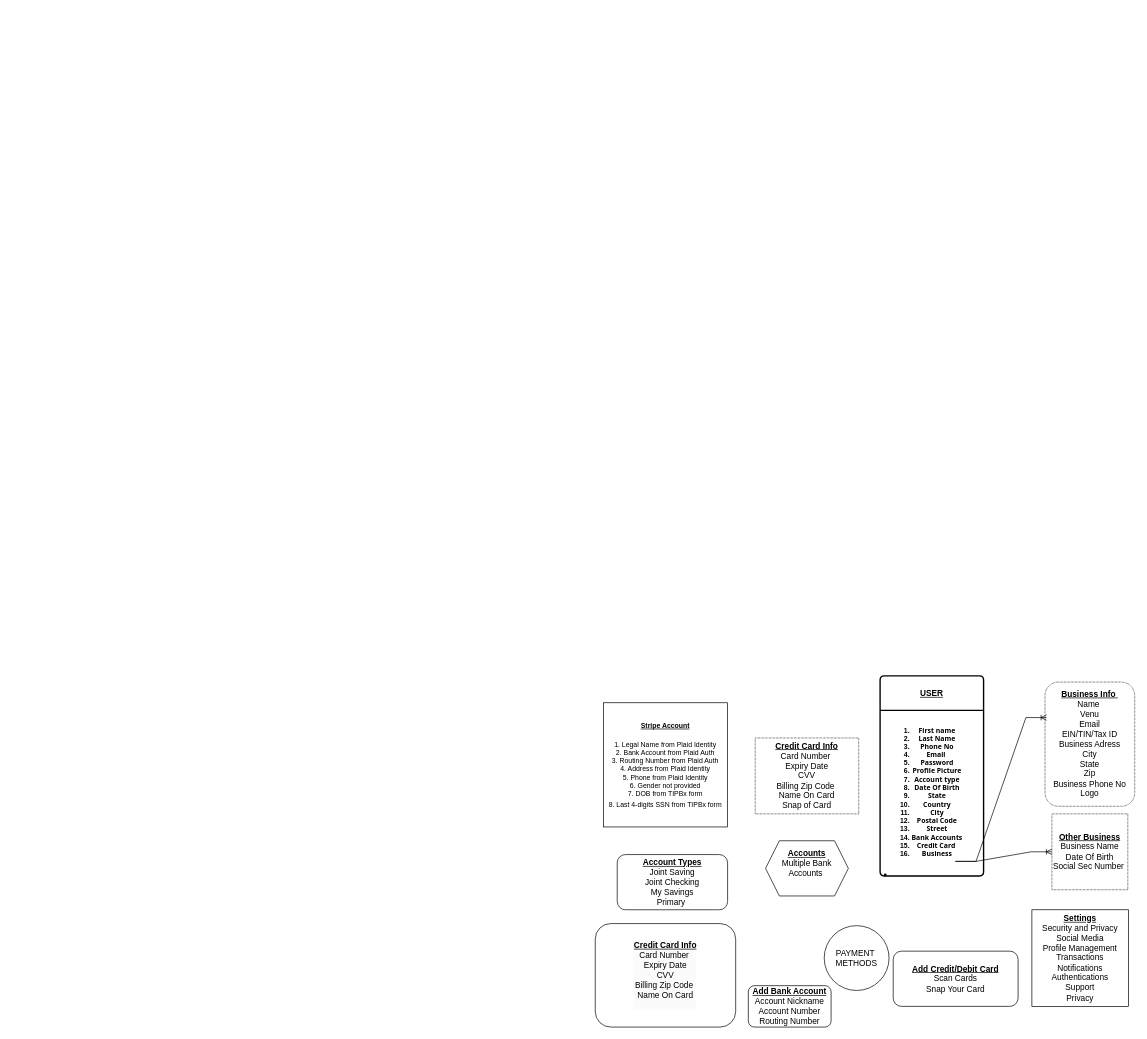
MJunaidWali/Twitter_New keeps this draw.io diagram as frontend/src/images/Untitled Diagram.drawio. Above is the earlier version. Source tidied: cells renumbered, new cells numbered last; positions are measured from the earlier drawing's top-left corner, leaving out a move shared by most shapes. Both pictures are drawn from the tidied source at 69%, with x=0, y=0 at pixel (595, 676).
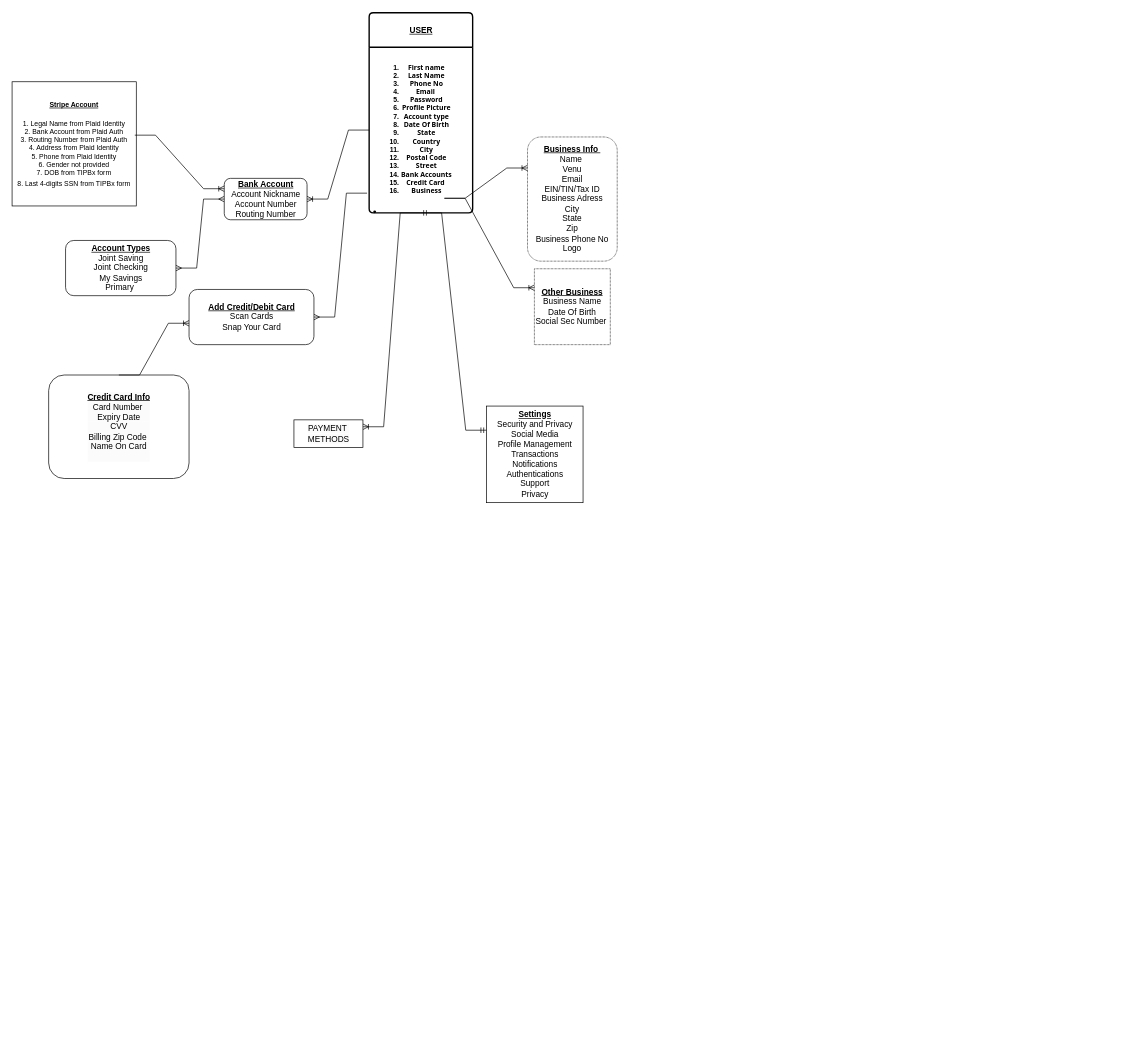
The same diagram, later.

Unchanged cells that the change refers to:
```xml
<mxCell id="16" value="&lt;h5 style=&quot;text-align: center;&quot;&gt;&lt;ol&gt;&lt;li&gt;&lt;font face=&quot;Tahoma&quot;&gt;&lt;span style=&quot;background-color: initial; text-wrap: wrap;&quot;&gt;First name&lt;/span&gt;&lt;/font&gt;&lt;/li&gt;&lt;li&gt;&lt;font face=&quot;Tahoma&quot;&gt;Last Name&lt;/font&gt;&lt;/li&gt;&lt;li&gt;&lt;font face=&quot;Tahoma&quot;&gt;Phone No&lt;/font&gt;&lt;/li&gt;&lt;li&gt;&lt;font face=&quot;Tahoma&quot;&gt;Email&amp;nbsp;&lt;/font&gt;&lt;/li&gt;&lt;li&gt;&lt;font face=&quot;Tahoma&quot;&gt;Password&lt;/font&gt;&lt;/li&gt;&lt;li&gt;&lt;font face=&quot;Tahoma&quot;&gt;Profile Picture&lt;/font&gt;&lt;/li&gt;&lt;li&gt;&lt;font face=&quot;Tahoma&quot;&gt;Account type&lt;/font&gt;&lt;/li&gt;&lt;li&gt;&lt;font face=&quot;Tahoma&quot;&gt;Date Of Birth&lt;/font&gt;&lt;/li&gt;&lt;li&gt;&lt;font face=&quot;Tahoma&quot;&gt;State&lt;/font&gt;&lt;/li&gt;&lt;li&gt;&lt;font face=&quot;Tahoma&quot;&gt;Country&lt;/font&gt;&lt;/li&gt;&lt;li&gt;&lt;font face=&quot;Tahoma&quot;&gt;City&lt;/font&gt;&lt;/li&gt;&lt;li&gt;&lt;font face=&quot;Tahoma&quot;&gt;Postal Code&lt;/font&gt;&lt;/li&gt;&lt;li&gt;&lt;font face=&quot;Tahoma&quot;&gt;Street&lt;/font&gt;&lt;/li&gt;&lt;li&gt;&lt;font face=&quot;Tahoma&quot;&gt;Bank Accounts&lt;/font&gt;&lt;/li&gt;&lt;li&gt;&lt;font face=&quot;Tahoma&quot;&gt;Credit Card&amp;nbsp;&lt;/font&gt;&lt;/li&gt;&lt;li&gt;&lt;font face=&quot;Tahoma&quot;&gt;Business&lt;/font&gt;&lt;/li&gt;&lt;/ol&gt;&lt;/h5&gt;&lt;div&gt;&lt;li style=&quot;text-wrap: wrap;&quot;&gt;&lt;br&gt;&lt;/li&gt;&lt;/div&gt;" style="align=left;strokeColor=none;fillColor=none;spacingLeft=4;fontSize=12;verticalAlign=top;html=1;" parent="15" vertex="1">
  <mxGeometry y="50" width="150" height="240" as="geometry" />
</mxCell>
```

Change to the diagram source:
```diff
@@
     <mxCell id="2" value="&lt;b&gt;&lt;u&gt;Other Business&lt;/u&gt;&lt;/b&gt;&lt;div&gt;&lt;span style=&quot;background-color: initial;&quot;&gt;Business Name&lt;/span&gt;&lt;br&gt;&lt;/div&gt;&lt;div&gt;&lt;span style=&quot;background-color: initial;&quot;&gt;Date Of Birth&lt;/span&gt;&lt;/div&gt;&lt;div&gt;&lt;span style=&quot;background-color: initial;&quot;&gt;Social Sec Number&amp;nbsp;&lt;/span&gt;&lt;/div&gt;" style="whiteSpace=wrap;html=1;dashed=1;dashPattern=1 1;" parent="1" vertex="1">
-      <mxGeometry x="662" y="200" width="110" height="110" as="geometry" />
+      <mxGeometry x="-88" y="-590" width="110" height="110" as="geometry" />
     </mxCell>
-    <mxCell id="3" value="&lt;b&gt;&lt;u&gt;Credit Card Info&lt;/u&gt;&lt;/b&gt;&lt;div&gt;Card Number&amp;nbsp;&lt;/div&gt;&lt;div&gt;Expiry Date&lt;/div&gt;&lt;div&gt;CVV&lt;/div&gt;&lt;div&gt;Billing Zip Code&amp;nbsp;&lt;/div&gt;&lt;div&gt;Name On Card&lt;/div&gt;&lt;div&gt;Snap of Card&lt;/div&gt;" style="rounded=0;whiteSpace=wrap;html=1;dashed=1;dashPattern=1 1;" parent="1" vertex="1">
-      <mxGeometry x="232" y="90" width="150" height="110" as="geometry" />
-    </mxCell>
     <mxCell id="4" value="&lt;b&gt;&lt;u&gt;Business Info&amp;nbsp;&lt;/u&gt;&lt;/b&gt;&lt;div&gt;Name&amp;nbsp;&lt;/div&gt;&lt;div&gt;Venu&lt;/div&gt;&lt;div&gt;Email&lt;/div&gt;&lt;div&gt;EIN/TIN/Tax ID&lt;/div&gt;&lt;div&gt;Business Adress&lt;/div&gt;&lt;div&gt;City&lt;/div&gt;&lt;div&gt;State&lt;/div&gt;&lt;div&gt;Zip&lt;/div&gt;&lt;div&gt;Business Phone No&lt;/div&gt;&lt;div&gt;Logo&lt;/div&gt;" style="rounded=1;whiteSpace=wrap;html=1;dashed=1;dashPattern=1 1;" parent="1" vertex="1">
-      <mxGeometry x="652" y="9" width="130" height="180" as="geometry" />
+      <mxGeometry x="-98" y="-781" width="130" height="180" as="geometry" />
     </mxCell>
-    <mxCell id="5" style="endArrow=classic;html=1;rounded=0;" parent="1" edge="1" source="18">
-      <mxGeometry relative="1" as="geometry">
-        <mxPoint x="306" y="479" as="targetPoint" />
-      </mxGeometry>
-    </mxCell>
-    <mxCell id="6" value="&lt;div&gt;&lt;u&gt;&lt;b&gt;&lt;br&gt;&lt;/b&gt;&lt;/u&gt;&lt;/div&gt;&lt;u&gt;&lt;b&gt;Accounts&lt;/b&gt;&lt;/u&gt;&lt;div&gt;&lt;span style=&quot;background-color: initial;&quot;&gt;Multiple Bank Accounts&amp;nbsp;&lt;/span&gt;&lt;div&gt;&amp;nbsp;&lt;/div&gt;&lt;div&gt;&lt;br&gt;&lt;/div&gt;&lt;/div&gt;" style="shape=hexagon;perimeter=hexagonPerimeter2;whiteSpace=wrap;html=1;fixedSize=1;align=center;verticalAlign=middle;" parent="1" vertex="1">
-      <mxGeometry x="247" y="239" width="120" height="80" as="geometry" />
-    </mxCell>
     <mxCell id="7" value="&lt;b style=&quot;font-size: 10px;&quot;&gt;&lt;u style=&quot;&quot;&gt;&lt;font style=&quot;font-size: 10px;&quot;&gt;Stripe Account&lt;/font&gt;&lt;/u&gt;&lt;/b&gt;&lt;div&gt;&lt;span style=&quot;font-size: 10px;&quot;&gt;&lt;b&gt;&lt;u&gt;&lt;br&gt;&lt;/u&gt;&lt;/b&gt;&lt;/span&gt;&lt;div style=&quot;font-size: 10px;&quot;&gt;&lt;span style=&quot;white-space-collapse: preserve;&quot;&gt;&lt;font style=&quot;font-size: 10px;&quot;&gt;1. Legal Name from Plaid Identity&lt;br&gt;2. Bank Account from Plaid Auth&lt;br&gt;3. Routing Number from Plaid Auth&lt;br&gt;4. Address from Plaid Identity&lt;br&gt;5. Phone from Plaid Identity&lt;br&gt;6. Gender not provided&lt;br&gt;7. DOB from TIPBx form&lt;br&gt;8. Last 4-digits SSN from TIPBx form&lt;/font&gt;&lt;span style=&quot;font-size: 13px;&quot;&gt;&lt;br&gt;&lt;/span&gt;&lt;/span&gt;&lt;/div&gt;&lt;/div&gt;" style="whiteSpace=wrap;html=1;" parent="1" vertex="1">
-      <mxGeometry x="12" y="39" width="180" height="180" as="geometry" />
+      <mxGeometry x="-845" y="-861" width="180" height="180" as="geometry" />
     </mxCell>
     <mxCell id="8" value="&lt;b&gt;&lt;u&gt;Account Types&lt;/u&gt;&lt;/b&gt;&lt;div&gt;Joint Saving&lt;/div&gt;&lt;div&gt;Joint Checking&lt;/div&gt;&lt;div&gt;My Savings&lt;/div&gt;&lt;div&gt;Primary&amp;nbsp;&lt;/div&gt;" style="rounded=1;whiteSpace=wrap;html=1;" parent="1" vertex="1">
-      <mxGeometry x="32" y="259" width="160" height="80" as="geometry" />
+      <mxGeometry x="-767.5" y="-631" width="160" height="80" as="geometry" />
     </mxCell>
     <mxCell id="9" value="&lt;b&gt;&lt;u&gt;Settings&lt;/u&gt;&lt;/b&gt;&lt;div&gt;Security and Privacy&lt;/div&gt;&lt;div&gt;Social Media&lt;/div&gt;&lt;div&gt;Profile Management&lt;/div&gt;&lt;div&gt;Transactions&lt;/div&gt;&lt;div&gt;Notifications&lt;/div&gt;&lt;div&gt;Authentications&lt;/div&gt;&lt;div&gt;Support&lt;/div&gt;&lt;div&gt;Privacy&lt;/div&gt;" style="whiteSpace=wrap;html=1;" parent="1" vertex="1">
-      <mxGeometry x="633" y="339" width="140" height="140" as="geometry" />
+      <mxGeometry x="-157.5" y="-391" width="140" height="140" as="geometry" />
     </mxCell>
-    <mxCell id="10" value="PAYMENT&amp;nbsp;&lt;div&gt;METHODS&lt;/div&gt;" style="ellipse;whiteSpace=wrap;html=1;" parent="1" vertex="1">
-      <mxGeometry x="332" y="362" width="94" height="94" as="geometry" />
-    </mxCell>
     <mxCell id="11" value="&lt;span style=&quot;white-space-collapse: preserve;&quot;&gt;&lt;b&gt;&lt;u&gt;Add Credit/Debit Card&lt;/u&gt;&lt;/b&gt;&lt;/span&gt;&lt;div&gt;&lt;span style=&quot;white-space-collapse: preserve;&quot;&gt;Scan Cards&lt;/span&gt;&lt;/div&gt;&lt;div&gt;&lt;span style=&quot;white-space-collapse: preserve;&quot;&gt;Snap Your Card&lt;/span&gt;&lt;/div&gt;" style="rounded=1;whiteSpace=wrap;html=1;" parent="1" vertex="1">
-      <mxGeometry x="432" y="399" width="181" height="80" as="geometry" />
+      <mxGeometry x="-588.5" y="-560" width="181" height="80" as="geometry" />
     </mxCell>
     <mxCell id="12" value="&lt;b style=&quot;forced-color-adjust: none; color: rgb(0, 0, 0); font-family: Helvetica; font-size: 12px; font-style: normal; font-variant-ligatures: normal; font-variant-caps: normal; letter-spacing: normal; orphans: 2; text-align: center; text-indent: 0px; text-transform: none; widows: 2; word-spacing: 0px; -webkit-text-stroke-width: 0px; white-space: normal; background-color: rgb(251, 251, 251); text-decoration-thickness: initial; text-decoration-style: initial; text-decoration-color: initial;&quot;&gt;&lt;u style=&quot;forced-color-adjust: none;&quot;&gt;Credit Card Info&lt;/u&gt;&lt;/b&gt;&lt;div style=&quot;forced-color-adjust: none; color: rgb(0, 0, 0); font-family: Helvetica; font-size: 12px; font-style: normal; font-variant-ligatures: normal; font-variant-caps: normal; font-weight: 400; letter-spacing: normal; orphans: 2; text-align: center; text-indent: 0px; text-transform: none; widows: 2; word-spacing: 0px; -webkit-text-stroke-width: 0px; white-space: normal; background-color: rgb(251, 251, 251); text-decoration-thickness: initial; text-decoration-style: initial; text-decoration-color: initial;&quot;&gt;Card Number&amp;nbsp;&lt;/div&gt;&lt;div style=&quot;forced-color-adjust: none; color: rgb(0, 0, 0); font-family: Helvetica; font-size: 12px; font-style: normal; font-variant-ligatures: normal; font-variant-caps: normal; font-weight: 400; letter-spacing: normal; orphans: 2; text-align: center; text-indent: 0px; text-transform: none; widows: 2; word-spacing: 0px; -webkit-text-stroke-width: 0px; white-space: normal; background-color: rgb(251, 251, 251); text-decoration-thickness: initial; text-decoration-style: initial; text-decoration-color: initial;&quot;&gt;Expiry Date&lt;/div&gt;&lt;div style=&quot;forced-color-adjust: none; color: rgb(0, 0, 0); font-family: Helvetica; font-size: 12px; font-style: normal; font-variant-ligatures: normal; font-variant-caps: normal; font-weight: 400; letter-spacing: normal; orphans: 2; text-align: center; text-indent: 0px; text-transform: none; widows: 2; word-spacing: 0px; -webkit-text-stroke-width: 0px; white-space: normal; background-color: rgb(251, 251, 251); text-decoration-thickness: initial; text-decoration-style: initial; text-decoration-color: initial;&quot;&gt;CVV&lt;/div&gt;&lt;div style=&quot;forced-color-adjust: none; color: rgb(0, 0, 0); font-family: Helvetica; font-size: 12px; font-style: normal; font-variant-ligatures: normal; font-variant-caps: normal; font-weight: 400; letter-spacing: normal; orphans: 2; text-align: center; text-indent: 0px; text-transform: none; widows: 2; word-spacing: 0px; -webkit-text-stroke-width: 0px; white-space: normal; background-color: rgb(251, 251, 251); text-decoration-thickness: initial; text-decoration-style: initial; text-decoration-color: initial;&quot;&gt;Billing Zip Code&amp;nbsp;&lt;/div&gt;&lt;div style=&quot;forced-color-adjust: none; color: rgb(0, 0, 0); font-family: Helvetica; font-size: 12px; font-style: normal; font-variant-ligatures: normal; font-variant-caps: normal; font-weight: 400; letter-spacing: normal; orphans: 2; text-align: center; text-indent: 0px; text-transform: none; widows: 2; word-spacing: 0px; -webkit-text-stroke-width: 0px; white-space: normal; background-color: rgb(251, 251, 251); text-decoration-thickness: initial; text-decoration-style: initial; text-decoration-color: initial;&quot;&gt;Name On Card&lt;/div&gt;&lt;div style=&quot;forced-color-adjust: none; color: rgb(0, 0, 0); font-family: Helvetica; font-size: 12px; font-style: normal; font-variant-ligatures: normal; font-variant-caps: normal; font-weight: 400; letter-spacing: normal; orphans: 2; text-align: center; text-indent: 0px; text-transform: none; widows: 2; word-spacing: 0px; -webkit-text-stroke-width: 0px; white-space: normal; background-color: rgb(251, 251, 251); text-decoration-thickness: initial; text-decoration-style: initial; text-decoration-color: initial;&quot;&gt;&lt;br&gt;&lt;/div&gt;" style="rounded=1;whiteSpace=wrap;html=1;" parent="1" vertex="1">
-      <mxGeometry x="0.2" y="359" width="203.5" height="150" as="geometry" />
+      <mxGeometry x="-792" y="-436" width="203.5" height="150" as="geometry" />
     </mxCell>
-    <mxCell id="13" style="edgeStyle=entityRelationEdgeStyle;fontSize=12;html=1;endArrow=ERoneToMany;rounded=0;entryX=0.018;entryY=0.286;entryDx=0;entryDy=0;entryPerimeter=0;exitX=0.727;exitY=0.912;exitDx=0;exitDy=0;exitPerimeter=0;" parent="1" edge="1" source="16" target="4">
+    <mxCell id="13" style="edgeStyle=entityRelationEdgeStyle;fontSize=12;html=1;endArrow=ERoneToMany;rounded=0;entryX=0;entryY=0.25;entryDx=0;entryDy=0;exitX=0.727;exitY=0.912;exitDx=0;exitDy=0;exitPerimeter=0;" parent="1" edge="1" source="16" target="4">
       <mxGeometry relative="1" as="geometry">
         <Array as="points">
-          <mxPoint x="572" y="239" />
-          <mxPoint x="572" y="139" />
+          <mxPoint x="-177.5" y="-531" />
+          <mxPoint x="-177.5" y="-631" />
         </Array>
       </mxGeometry>
     </mxCell>
-    <mxCell id="14" style="edgeStyle=entityRelationEdgeStyle;fontSize=12;html=1;endArrow=ERoneToMany;rounded=0;exitX=0.727;exitY=0.912;exitDx=0;exitDy=0;exitPerimeter=0;entryX=0;entryY=0.5;entryDx=0;entryDy=0;" parent="1" edge="1" source="16" target="2">
+    <mxCell id="14" style="edgeStyle=entityRelationEdgeStyle;fontSize=12;html=1;endArrow=ERoneToMany;rounded=0;exitX=0.727;exitY=0.912;exitDx=0;exitDy=0;exitPerimeter=0;entryX=0;entryY=0.25;entryDx=0;entryDy=0;" parent="1" edge="1" source="16" target="2">
       <mxGeometry relative="1" as="geometry" />
     </mxCell>
     <mxCell id="15" value="&lt;b style=&quot;font-size: 12px;&quot;&gt;&lt;u&gt;USER&lt;/u&gt;&lt;/b&gt;" style="swimlane;horizontal=1;startSize=50;rounded=1;fontSize=14;fontStyle=0;strokeWidth=2;shadow=0;dashed=0;align=center;arcSize=4;whiteSpace=wrap;html=1;" parent="1" vertex="1">
-      <mxGeometry x="413" width="150" height="290" as="geometry" />
+      <mxGeometry x="-327.5" y="-961" width="150" height="290" as="geometry" />
     </mxCell>
@@
-    <mxCell id="17" style="endArrow=classic;html=1;rounded=0;" parent="1" edge="1" target="18">
-      <mxGeometry relative="1" as="geometry">
-        <mxPoint x="306" y="479" as="sourcePoint" />
-      </mxGeometry>
-    </mxCell>
+    <mxCell id="19" style="edgeStyle=entityRelationEdgeStyle;fontSize=12;html=1;endArrow=ERmany;startArrow=ERmany;rounded=0;entryX=0;entryY=0.5;entryDx=0;entryDy=0;exitX=1;exitY=0.5;exitDx=0;exitDy=0;" parent="1" edge="1" source="8">
+      <mxGeometry relative="1" as="geometry">
+        <mxPoint x="-537.5" y="-691" as="targetPoint" />
+      </mxGeometry>
+    </mxCell>
+    <mxCell id="20" style="edgeStyle=entityRelationEdgeStyle;fontSize=12;html=1;endArrow=ERmany;rounded=0;exitX=-0.02;exitY=0.881;exitDx=0;exitDy=0;exitPerimeter=0;entryX=1;entryY=0.5;entryDx=0;entryDy=0;" parent="1" edge="1" source="16" target="11">
+      <mxGeometry relative="1" as="geometry" />
+    </mxCell>
+    <mxCell id="21" style="edgeStyle=entityRelationEdgeStyle;fontSize=12;html=1;endArrow=ERoneToMany;rounded=0;entryX=0.5;entryY=1;entryDx=0;entryDy=0;exitX=0.5;exitY=0;exitDx=0;exitDy=0;" parent="1" edge="1" source="12">
+      <mxGeometry relative="1" as="geometry">
+        <mxPoint x="-588.5" y="-511" as="targetPoint" />
+        <Array as="points">
+          <mxPoint x="-688" y="-422" />
+        </Array>
+      </mxGeometry>
+    </mxCell>
+    <mxCell id="22" style="edgeStyle=entityRelationEdgeStyle;fontSize=12;html=1;endArrow=ERoneToMany;rounded=0;exitX=0;exitY=0.5;exitDx=0;exitDy=0;entryX=1;entryY=0.5;entryDx=0;entryDy=0;" parent="1" edge="1" source="18">
+      <mxGeometry relative="1" as="geometry">
+        <mxPoint x="-437.5" y="-691" as="targetPoint" />
+      </mxGeometry>
+    </mxCell>
+    <mxCell id="23" style="edgeStyle=entityRelationEdgeStyle;fontSize=12;html=1;endArrow=ERoneToMany;rounded=0;exitX=0;exitY=0.5;exitDx=0;exitDy=0;entryX=1;entryY=0.5;entryDx=0;entryDy=0;" parent="1" edge="1" source="16" target="18">
+      <mxGeometry relative="1" as="geometry" />
+    </mxCell>
-    <mxCell id="18" value="&lt;b&gt;&lt;u&gt;Add Bank Account&lt;/u&gt;&lt;/b&gt;&lt;div&gt;Account Nickname&lt;/div&gt;&lt;div&gt;Account Number&lt;/div&gt;&lt;div&gt;Routing Number&lt;/div&gt;" style="rounded=1;whiteSpace=wrap;html=1;" parent="1" vertex="1">
-      <mxGeometry x="222" y="449" width="120" height="60" as="geometry" />
+    <mxCell id="18" value="&lt;b&gt;&lt;u&gt;Bank Account&lt;/u&gt;&lt;/b&gt;&lt;div&gt;Account Nickname&lt;/div&gt;&lt;div&gt;Account Number&lt;/div&gt;&lt;div&gt;Routing Number&lt;/div&gt;" style="rounded=1;whiteSpace=wrap;html=1;" parent="1" vertex="1">
+      <mxGeometry x="-537.5" y="-721" width="120" height="60" as="geometry" />
     </mxCell>
+    <mxCell id="24" style="edgeStyle=entityRelationEdgeStyle;fontSize=12;html=1;endArrow=ERoneToMany;rounded=0;entryX=0;entryY=0.25;entryDx=0;entryDy=0;exitX=0.988;exitY=0.43;exitDx=0;exitDy=0;exitPerimeter=0;" parent="1" edge="1" source="7" target="18">
+      <mxGeometry relative="1" as="geometry" />
+    </mxCell>
+    <mxCell id="25" style="edgeStyle=entityRelationEdgeStyle;fontSize=12;html=1;endArrow=ERoneToMany;rounded=0;exitX=0.5;exitY=1;exitDx=0;exitDy=0;entryX=1;entryY=0.25;entryDx=0;entryDy=0;" parent="1" edge="1" source="16" target="10">
+      <mxGeometry relative="1" as="geometry" />
+    </mxCell>
+    <mxCell id="10" value="&lt;span style=&quot;color: rgb(0, 0, 0); font-family: Helvetica; font-size: 12px; font-style: normal; font-variant-ligatures: normal; font-variant-caps: normal; font-weight: 400; letter-spacing: normal; orphans: 2; text-align: center; text-indent: 0px; text-transform: none; widows: 2; word-spacing: 0px; -webkit-text-stroke-width: 0px; white-space: normal; background-color: rgb(251, 251, 251); text-decoration-thickness: initial; text-decoration-style: initial; text-decoration-color: initial; display: inline !important; float: none;&quot;&gt;PAYMENT&amp;nbsp;&lt;/span&gt;&lt;div style=&quot;forced-color-adjust: none; color: rgb(0, 0, 0); font-family: Helvetica; font-size: 12px; font-style: normal; font-variant-ligatures: normal; font-variant-caps: normal; font-weight: 400; letter-spacing: normal; orphans: 2; text-align: center; text-indent: 0px; text-transform: none; widows: 2; word-spacing: 0px; -webkit-text-stroke-width: 0px; white-space: normal; background-color: rgb(251, 251, 251); text-decoration-thickness: initial; text-decoration-style: initial; text-decoration-color: initial;&quot;&gt;METHODS&lt;/div&gt;" style="whiteSpace=wrap;html=1;align=center;" parent="1" vertex="1">
+      <mxGeometry x="-436.5" y="-371" width="100" height="40" as="geometry" />
+    </mxCell>
+    <mxCell id="26" style="edgeStyle=entityRelationEdgeStyle;fontSize=12;html=1;endArrow=ERmandOne;startArrow=ERmandOne;rounded=0;exitX=0;exitY=0.25;exitDx=0;exitDy=0;entryX=0.5;entryY=1;entryDx=0;entryDy=0;" parent="1" edge="1" source="9" target="16">
+      <mxGeometry relative="1" as="geometry">
+        <Array as="points">
+          <mxPoint x="-157.5" y="-411" />
+          <mxPoint x="-177.5" y="-381" />
+          <mxPoint x="-127.5" y="-381" />
+        </Array>
+      </mxGeometry>
+    </mxCell>
```
